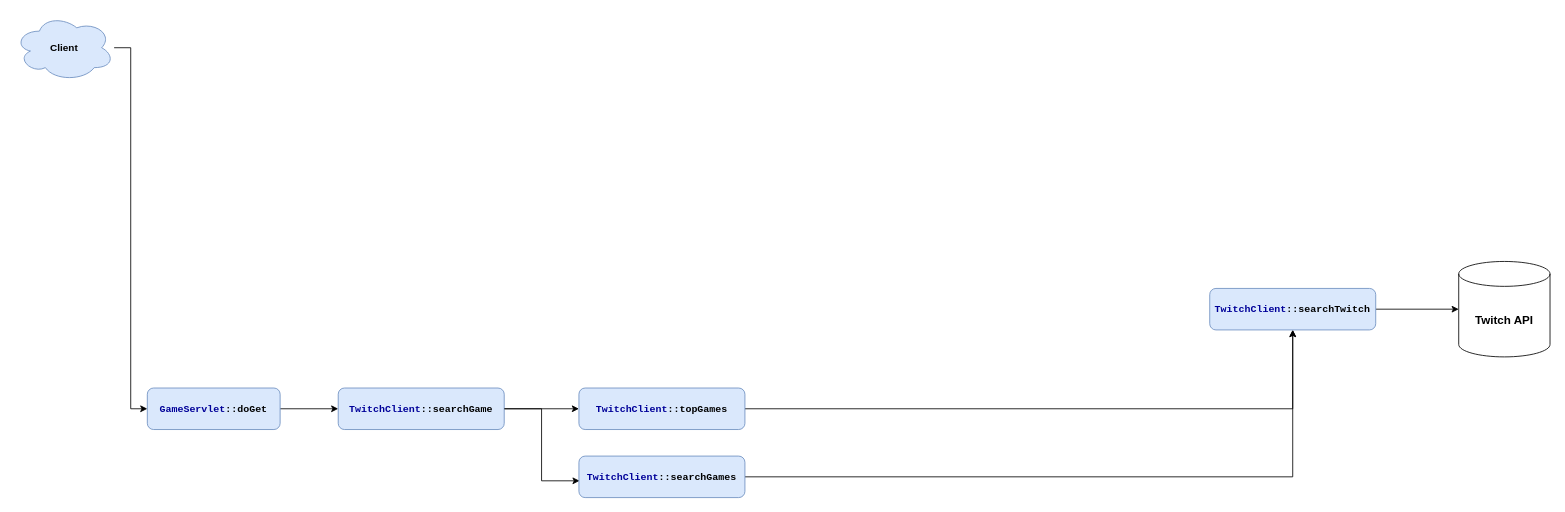
Above: resources/flow.drawio in oscargong/jupiter (draw.io), before the change. Source tidied: cells renumbered, new cells numbered last; positions are measured from the earlier drawing's top-left corner, leaving out a move shared by most shapes. Both pictures are drawn from the tidied source at 83%, with x=0, y=0 at pixel (14, 14).
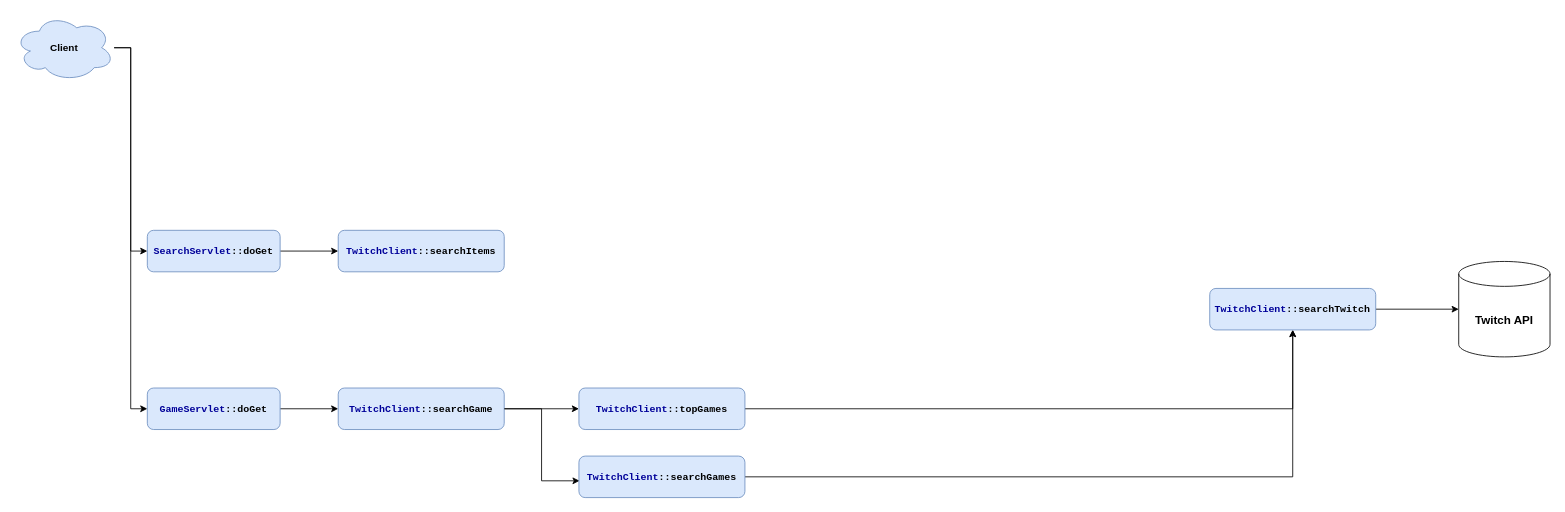
After the change.

The edit, as a diff of the source:
```diff
@@
 <mxGraphModel>
   <root>
     <mxCell id="0" />
     <mxCell id="1" parent="0" />
     <mxCell id="2" style="edgeStyle=orthogonalEdgeStyle;rounded=0;jettySize=auto;html=1;entryX=0;entryY=0.5;entryDx=0;entryDy=0;" parent="1" edge="1" source="3" target="5">
       <mxGeometry relative="1" as="geometry" />
     </mxCell>
+    <mxCell id="16" style="edgeStyle=orthogonalEdgeStyle;rounded=0;jettySize=auto;html=1;entryX=0;entryY=0.5;entryDx=0;entryDy=0;fontSize=14;" parent="1" edge="1" source="3" target="18">
+      <mxGeometry relative="1" as="geometry" />
+    </mxCell>
     <mxCell id="3" value="Client" style="ellipse;shape=cloud;whiteSpace=wrap;html=1;fillColor=#dae8fc;strokeColor=#6c8ebf;fontStyle=1;" parent="1" vertex="1">
       <mxGeometry width="120" height="80" as="geometry" />
     </mxCell>
     <mxCell id="4" style="edgeStyle=orthogonalEdgeStyle;rounded=0;jettySize=auto;html=1;entryX=0;entryY=0.5;entryDx=0;entryDy=0;" parent="1" edge="1" source="5" target="7">
       <mxGeometry relative="1" as="geometry" />
     </mxCell>
     <mxCell id="5" value="&lt;font face=&quot;Courier New&quot;&gt;&lt;font color=&quot;#000099&quot;&gt;GameServlet&lt;/font&gt;::doGet&lt;/font&gt;" style="rounded=1;whiteSpace=wrap;html=1;fillColor=#dae8fc;strokeColor=#6c8ebf;fontStyle=1;" parent="1" vertex="1">
       <mxGeometry x="160" y="450" width="160" height="50" as="geometry" />
     </mxCell>
     <mxCell id="6" style="edgeStyle=orthogonalEdgeStyle;rounded=0;jettySize=auto;html=1;entryX=0.004;entryY=0.596;entryDx=0;entryDy=0;entryPerimeter=0;" parent="1" edge="1" source="7" target="12">
       <mxGeometry relative="1" as="geometry" />
     </mxCell>
     <mxCell id="7" value="&lt;font face=&quot;Courier New&quot;&gt;&lt;font color=&quot;#000099&quot;&gt;TwitchClient&lt;/font&gt;::searchGame&lt;/font&gt;" style="rounded=1;whiteSpace=wrap;html=1;fillColor=#dae8fc;strokeColor=#6c8ebf;fontStyle=1;" parent="1" vertex="1">
       <mxGeometry x="390" y="450" width="200" height="50" as="geometry" />
     </mxCell>
     <mxCell id="8" style="edgeStyle=orthogonalEdgeStyle;rounded=0;jettySize=auto;html=1;entryX=0;entryY=0.5;entryDx=0;entryDy=0;exitX=1;exitY=0.5;exitDx=0;exitDy=0;" parent="1" edge="1" source="7" target="10">
       <mxGeometry relative="1" as="geometry" />
     </mxCell>
     <mxCell id="9" style="edgeStyle=orthogonalEdgeStyle;rounded=0;jettySize=auto;html=1;" parent="1" edge="1" source="10" target="14">
       <mxGeometry relative="1" as="geometry" />
     </mxCell>
     <mxCell id="10" value="&lt;font color=&quot;#000099&quot; style=&quot;font-family: &amp;#34;courier new&amp;#34;&quot;&gt;TwitchClient&lt;/font&gt;&lt;span style=&quot;font-family: &amp;#34;courier new&amp;#34;&quot;&gt;::topGames&lt;/span&gt;" style="rounded=1;whiteSpace=wrap;html=1;fillColor=#dae8fc;strokeColor=#6c8ebf;fontStyle=1;" parent="1" vertex="1">
       <mxGeometry x="680" y="450" width="200" height="50" as="geometry" />
     </mxCell>
     <mxCell id="11" style="edgeStyle=orthogonalEdgeStyle;rounded=0;jettySize=auto;html=1;entryX=0.5;entryY=1;entryDx=0;entryDy=0;" parent="1" edge="1" source="12" target="14">
       <mxGeometry relative="1" as="geometry" />
     </mxCell>
     <mxCell id="12" value="&lt;font color=&quot;#000099&quot; style=&quot;font-family: &amp;#34;courier new&amp;#34;&quot;&gt;TwitchClient&lt;/font&gt;&lt;span style=&quot;font-family: &amp;#34;courier new&amp;#34;&quot;&gt;::searchGames&lt;/span&gt;" style="rounded=1;whiteSpace=wrap;html=1;fillColor=#dae8fc;strokeColor=#6c8ebf;fontStyle=1;" parent="1" vertex="1">
       <mxGeometry x="680" y="532" width="200" height="50" as="geometry" />
     </mxCell>
     <mxCell id="13" style="edgeStyle=orthogonalEdgeStyle;rounded=0;jettySize=auto;html=1;entryX=0;entryY=0.5;entryDx=0;entryDy=0;entryPerimeter=0;fontSize=14;" parent="1" edge="1" source="14" target="15">
       <mxGeometry relative="1" as="geometry" />
     </mxCell>
     <mxCell id="14" value="&lt;font color=&quot;#000099&quot; style=&quot;font-family: &amp;#34;courier new&amp;#34;&quot;&gt;TwitchClient&lt;/font&gt;&lt;span style=&quot;font-family: &amp;#34;courier new&amp;#34;&quot;&gt;::searchTwitch&lt;/span&gt;" style="rounded=1;whiteSpace=wrap;html=1;fillColor=#dae8fc;strokeColor=#6c8ebf;fontStyle=1;" parent="1" vertex="1">
       <mxGeometry x="1440" y="330" width="200" height="50" as="geometry" />
     </mxCell>
     <mxCell id="15" value="Twitch API&lt;br style=&quot;font-size: 14px;&quot;&gt;" style="shape=cylinder3;whiteSpace=wrap;html=1;boundedLbl=1;backgroundOutline=1;size=15;fontStyle=1;fontSize=14;" parent="1" vertex="1">
       <mxGeometry x="1740" y="297.5" width="110" height="115" as="geometry" />
     </mxCell>
+    <mxCell id="17" style="edgeStyle=orthogonalEdgeStyle;rounded=0;jettySize=auto;html=1;entryX=0;entryY=0.5;entryDx=0;entryDy=0;fontSize=14;" parent="1" edge="1" source="18" target="19">
+      <mxGeometry relative="1" as="geometry" />
+    </mxCell>
+    <mxCell id="18" value="&lt;font face=&quot;Courier New&quot;&gt;&lt;font color=&quot;#000099&quot;&gt;SearchServlet&lt;/font&gt;::doGet&lt;/font&gt;" style="rounded=1;whiteSpace=wrap;html=1;fillColor=#dae8fc;strokeColor=#6c8ebf;fontStyle=1;" parent="1" vertex="1">
+      <mxGeometry x="160" y="260" width="160" height="50" as="geometry" />
+    </mxCell>
+    <mxCell id="19" value="&lt;font face=&quot;Courier New&quot;&gt;&lt;font color=&quot;#000099&quot;&gt;TwitchClient&lt;/font&gt;::searchItems&lt;/font&gt;" style="rounded=1;whiteSpace=wrap;html=1;fillColor=#dae8fc;strokeColor=#6c8ebf;fontStyle=1;" parent="1" vertex="1">
+      <mxGeometry x="390" y="260" width="200" height="50" as="geometry" />
+    </mxCell>
   </root>
 </mxGraphModel>
```
